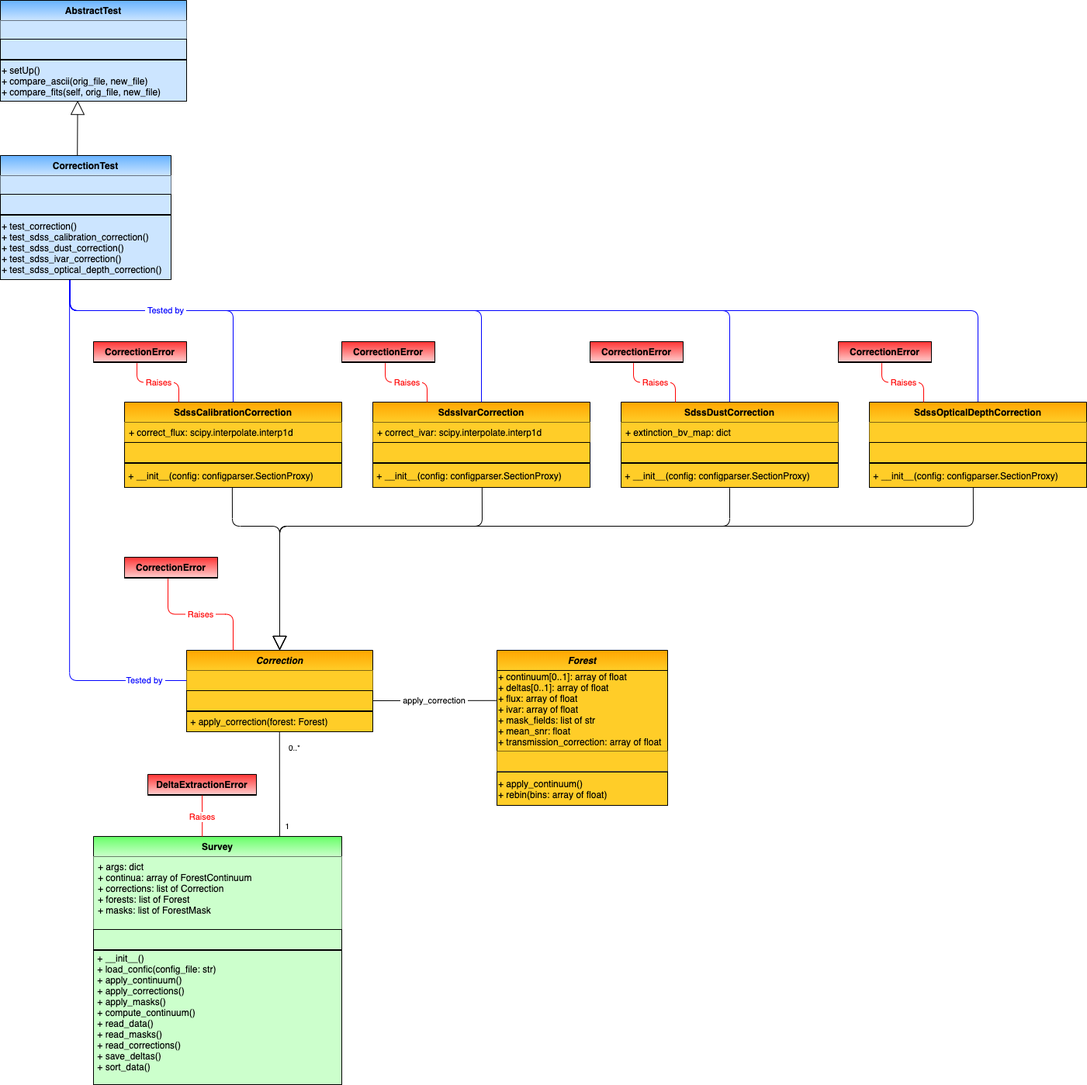
The draw.io diagram py/picca/delta_extraction/docs/data_model/data_model-Correction.png in igmhub/picca, before a commit. Source tidied: cells renumbered, new cells last; positions are measured from the earlier drawing's top-left corner, leaving out a move shared by most shapes.
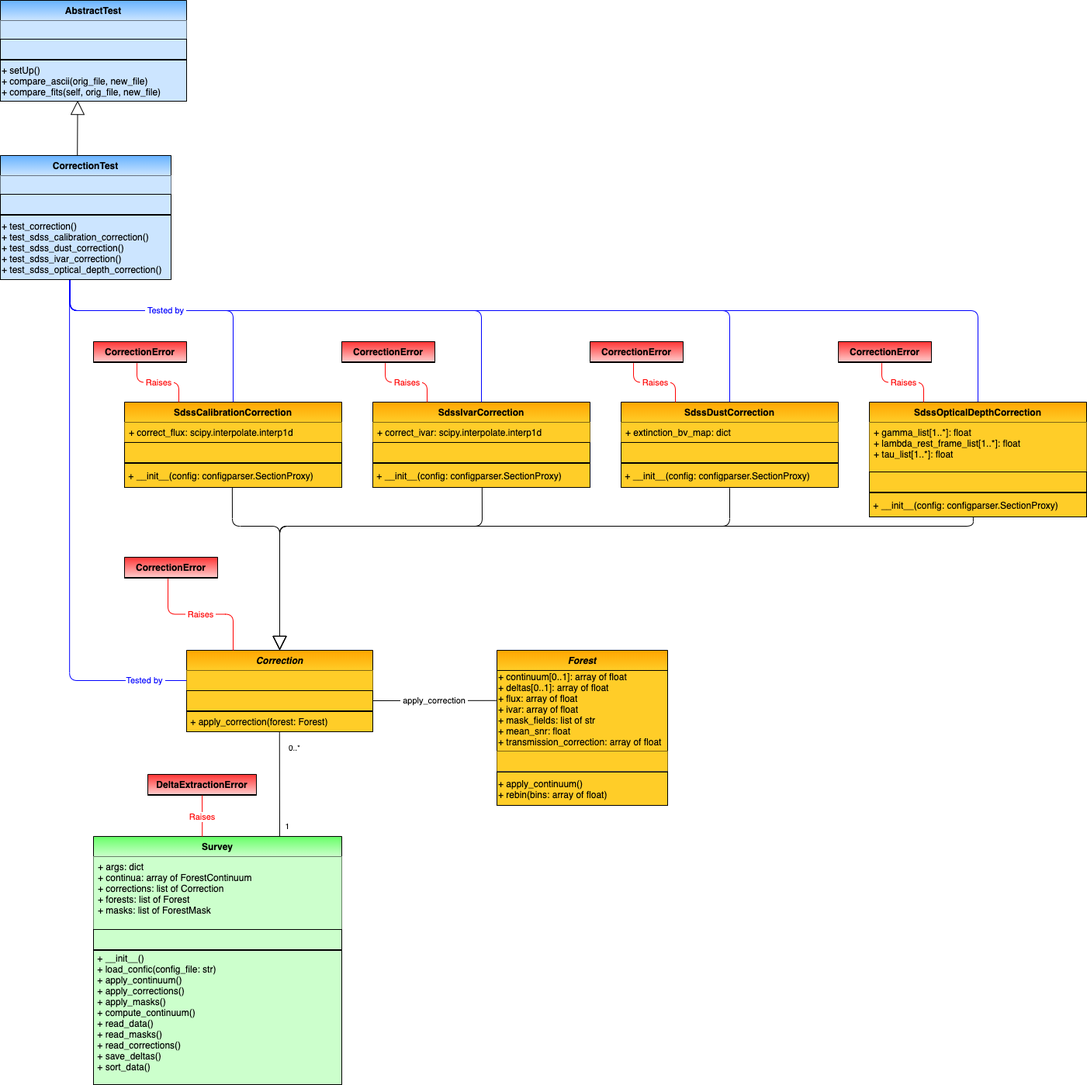
The same file after the commit.

Diff of the diagram source:
```diff
@@ -138,19 +138,19 @@
       <mxGeometry y="79" width="280" height="31" as="geometry" />
     </mxCell>
     <mxCell id="35" value="SdssOpticalDepthCorrection" style="swimlane;fontStyle=1;horizontal=1;startSize=26;fillColor=#ffcd28;swimlaneFillColor=#ffffff;rounded=0;shadow=0;glass=0;comic=0;strokeColor=#000000;gradientColor=#ffa500;swimlaneLine=1;gradientDirection=north;" parent="1" vertex="1">
-      <mxGeometry x="1120" y="518" width="280" height="110" as="geometry" />
+      <mxGeometry x="1120" y="518" width="280" height="148" as="geometry" />
     </mxCell>
-    <mxCell id="36" value=" " style="text;strokeColor=none;fillColor=#ffcd28;align=left;verticalAlign=top;spacingLeft=4;spacingRight=4;overflow=hidden;gradientColor=none;" parent="35" vertex="1">
-      <mxGeometry y="26" width="280" height="26" as="geometry" />
+    <mxCell id="36" value="+ gamma_list[1..*]: float&#10;+ lambda_rest_frame_list[1..*]: float&#10;+ tau_list[1..*]: float" style="text;strokeColor=none;fillColor=#ffcd28;align=left;verticalAlign=top;spacingLeft=4;spacingRight=4;overflow=hidden;gradientColor=none;" parent="35" vertex="1">
+      <mxGeometry y="26" width="280" height="64" as="geometry" />
     </mxCell>
     <mxCell id="37" style="text;strokeColor=#000000;fillColor=#ffcd28;align=left;verticalAlign=middle;overflow=hidden;rounded=0;shadow=0;glass=0;comic=0;fontStyle=0;gradientColor=none;swimlaneFillColor=#ffffff;gradientDirection=north;startSize=26;" parent="35" vertex="1">
-      <mxGeometry y="52" width="280" height="26" as="geometry" />
+      <mxGeometry y="90" width="280" height="26" as="geometry" />
     </mxCell>
     <mxCell id="38" style="line;strokeWidth=1;fillColor=none;align=left;verticalAlign=middle;spacingTop=-1;spacingLeft=3;spacingRight=3;labelPosition=right;rounded=0;shadow=0;glass=0;comic=0;" parent="35" vertex="1">
-      <mxGeometry y="78" width="280" height="1" as="geometry" />
+      <mxGeometry y="116" width="280" height="1" as="geometry" />
     </mxCell>
     <mxCell id="39" value=" + __init__(config: configparser.SectionProxy)" style="text;strokeColor=#000000;fillColor=#ffcd28;align=left;verticalAlign=middle;overflow=hidden;points=[[0,0.5],[1,0.5]];portConstraint=eastwest;rounded=0;shadow=0;glass=0;comic=0;fontStyle=0;gradientColor=none;swimlaneFillColor=#ffffff;gradientDirection=north;startSize=26;" parent="35" vertex="1">
-      <mxGeometry y="79" width="280" height="31" as="geometry" />
+      <mxGeometry y="117" width="280" height="31" as="geometry" />
     </mxCell>
     <mxCell id="40" value="DeltaExtractionError" style="swimlane;fontStyle=1;horizontal=1;startSize=26;swimlaneFillColor=#ffffff;rounded=0;shadow=0;glass=0;comic=0;strokeColor=#000000;swimlaneLine=1;gradientDirection=north;fillColor=#FFCCCC;gradientColor=#FF3333;" parent="1" vertex="1">
       <mxGeometry x="190" y="998" width="140" height="27" as="geometry" />
```
